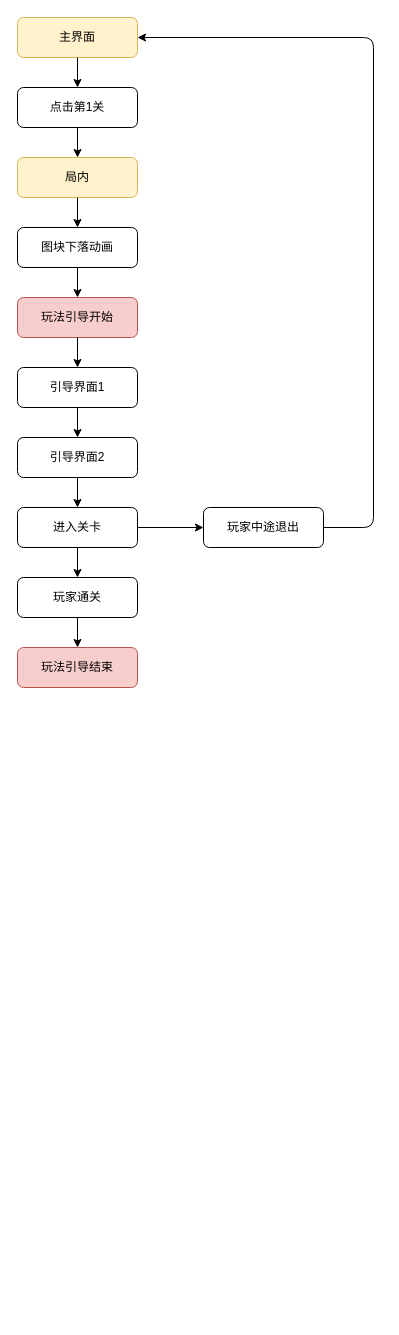
The draw.io diagram yindao.drawio in friyal0730/sudoku, before the edit. Source tidied: cells renumbered, new cells numbered last; positions are measured from the earlier drawing's top-left corner, leaving out a move shared by most shapes. Both pictures are drawn from the tidied source at 100%, with x=0, y=0 at pixel (17, 17).
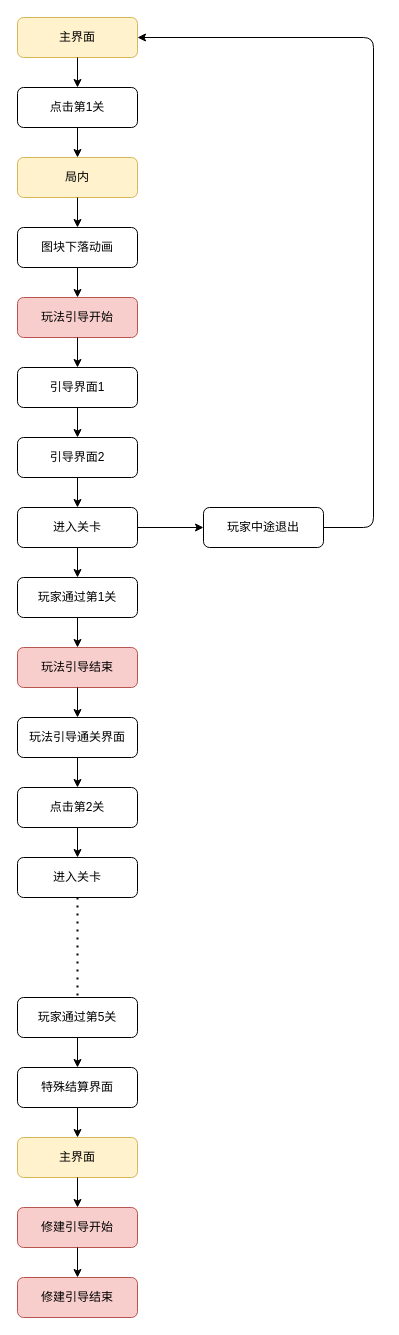
The same diagram, later.

The change refers to these unchanged cells:
```xml
<mxCell id="14" value="玩法引导结束" style="rounded=1;whiteSpace=wrap;html=1;fillColor=#f8cecc;strokeColor=#b85450;" parent="1" vertex="1">
  <mxGeometry y="630" width="120" height="40" as="geometry" />
</mxCell>
```

The edit, as a diff of the source:
```diff
@@
-    <mxCell id="13" value="玩家通关" style="rounded=1;whiteSpace=wrap;html=1;" parent="1" vertex="1">
+    <mxCell id="13" value="玩家通过第1关" style="rounded=1;whiteSpace=wrap;html=1;" parent="1" vertex="1">
       <mxGeometry y="560" width="120" height="40" as="geometry" />
     </mxCell>
@@
+    <mxCell id="24" value="玩法引导通关界面" style="rounded=1;whiteSpace=wrap;html=1;" parent="1" vertex="1">
+      <mxGeometry y="700" width="120" height="40" as="geometry" />
+    </mxCell>
+    <mxCell id="25" value="点击第2关" style="rounded=1;whiteSpace=wrap;html=1;" parent="1" vertex="1">
+      <mxGeometry y="770" width="120" height="40" as="geometry" />
+    </mxCell>
+    <mxCell id="26" value="进入关卡" style="rounded=1;whiteSpace=wrap;html=1;" parent="1" vertex="1">
+      <mxGeometry y="840" width="120" height="40" as="geometry" />
+    </mxCell>
+    <mxCell id="27" style="endArrow=none;dashed=1;html=1;dashPattern=1 3;strokeWidth=2;rounded=0;exitX=0.5;exitY=1;exitDx=0;exitDy=0;" parent="1" edge="1" source="26">
+      <mxGeometry relative="1" as="geometry">
+        <mxPoint x="60" y="980" as="targetPoint" />
+      </mxGeometry>
+    </mxCell>
+    <mxCell id="28" value="玩家通过第5关" style="rounded=1;whiteSpace=wrap;html=1;" parent="1" vertex="1">
+      <mxGeometry y="980" width="120" height="40" as="geometry" />
+    </mxCell>
+    <mxCell id="29" value="特殊结算界面" style="rounded=1;whiteSpace=wrap;html=1;" parent="1" vertex="1">
+      <mxGeometry y="1050" width="120" height="40" as="geometry" />
+    </mxCell>
+    <mxCell id="30" value="主界面" style="rounded=1;whiteSpace=wrap;html=1;fillColor=#fff2cc;strokeColor=#d6b656;" parent="1" vertex="1">
+      <mxGeometry y="1120" width="120" height="40" as="geometry" />
+    </mxCell>
+    <mxCell id="31" value="修建引导开始" style="rounded=1;whiteSpace=wrap;html=1;fillColor=#f8cecc;strokeColor=#b85450;" parent="1" vertex="1">
+      <mxGeometry y="1190" width="120" height="40" as="geometry" />
+    </mxCell>
+    <mxCell id="32" style="endArrow=classic;html=1;exitX=0.5;exitY=1;exitDx=0;exitDy=0;entryX=0.5;entryY=0;entryDx=0;entryDy=0;" parent="1" edge="1" source="14" target="24">
+      <mxGeometry relative="1" as="geometry" />
+    </mxCell>
+    <mxCell id="33" style="endArrow=classic;html=1;exitX=0.5;exitY=1;exitDx=0;exitDy=0;entryX=0.5;entryY=0;entryDx=0;entryDy=0;" parent="1" edge="1" source="24" target="25">
+      <mxGeometry relative="1" as="geometry" />
+    </mxCell>
+    <mxCell id="34" style="endArrow=classic;html=1;exitX=0.5;exitY=1;exitDx=0;exitDy=0;entryX=0.5;entryY=0;entryDx=0;entryDy=0;" parent="1" edge="1" source="25" target="26">
+      <mxGeometry relative="1" as="geometry" />
+    </mxCell>
+    <mxCell id="35" style="endArrow=classic;html=1;exitX=0.5;exitY=1;exitDx=0;exitDy=0;entryX=0.5;entryY=0;entryDx=0;entryDy=0;" parent="1" edge="1" source="28" target="29">
+      <mxGeometry relative="1" as="geometry" />
+    </mxCell>
+    <mxCell id="36" style="endArrow=classic;html=1;exitX=0.5;exitY=1;exitDx=0;exitDy=0;entryX=0.5;entryY=0;entryDx=0;entryDy=0;" parent="1" edge="1" source="29" target="30">
+      <mxGeometry relative="1" as="geometry" />
+    </mxCell>
+    <mxCell id="37" style="endArrow=classic;html=1;exitX=0.5;exitY=1;exitDx=0;exitDy=0;entryX=0.5;entryY=0;entryDx=0;entryDy=0;" parent="1" edge="1" source="30" target="31">
+      <mxGeometry relative="1" as="geometry" />
+    </mxCell>
+    <mxCell id="38" value="修建引导结束" style="rounded=1;whiteSpace=wrap;html=1;fillColor=#f8cecc;strokeColor=#b85450;" parent="1" vertex="1">
+      <mxGeometry y="1260" width="120" height="40" as="geometry" />
+    </mxCell>
+    <mxCell id="39" style="endArrow=classic;html=1;exitX=0.5;exitY=1;exitDx=0;exitDy=0;entryX=0.5;entryY=0;entryDx=0;entryDy=0;" parent="1" edge="1" source="31" target="38">
+      <mxGeometry relative="1" as="geometry" />
+    </mxCell>
```
